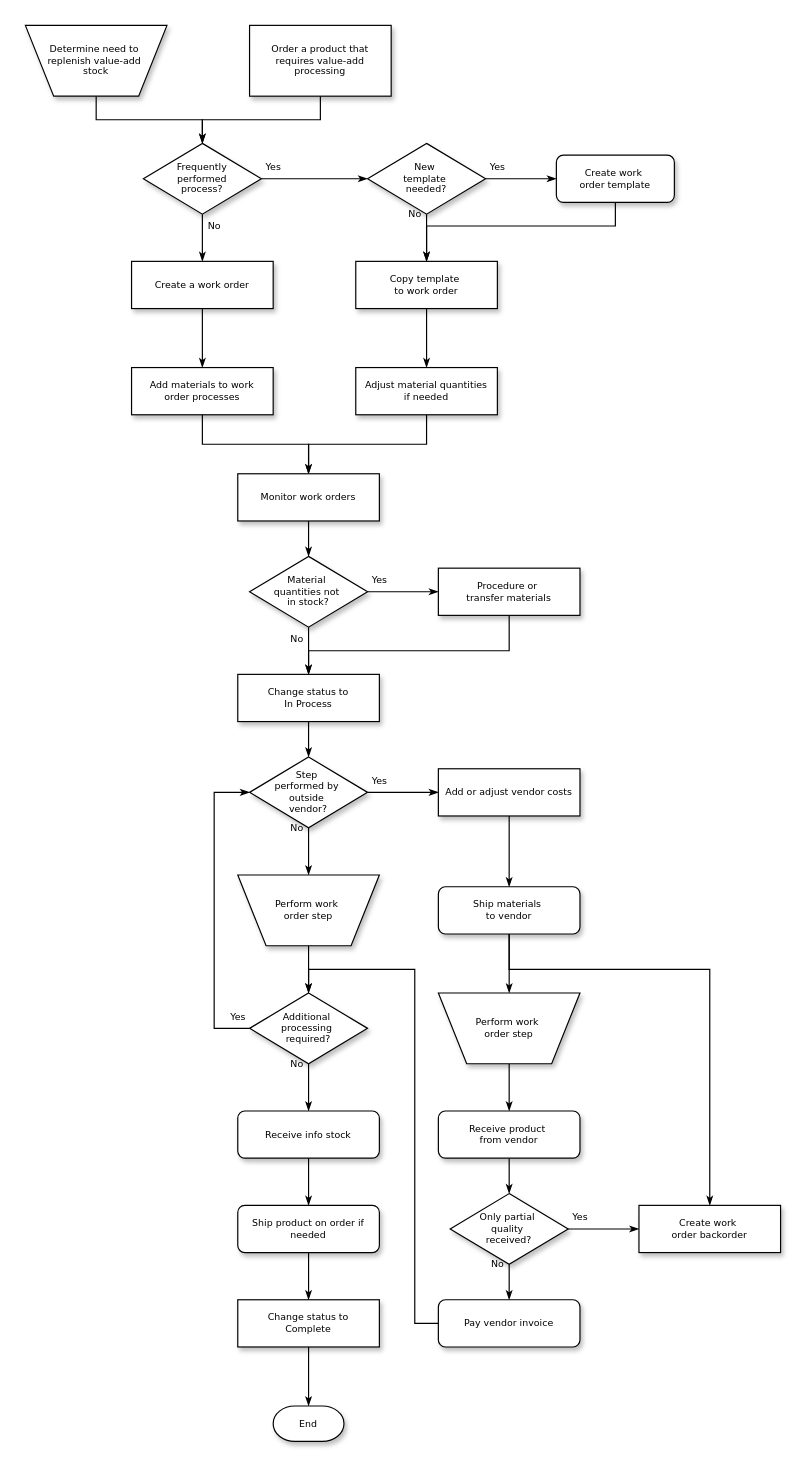
bestreduce/CSP_Thander keeps this draw.io diagram as RESOURCE/Untitled Diagram.drawio. Above is the earlier version. Source tidied: cells renumbered, new cells numbered last; positions are measured from the earlier drawing's top-left corner, leaving out a move shared by most shapes. Both pictures are drawn from the tidied source at 118%, with x=0, y=0 at pixel (25, 25).
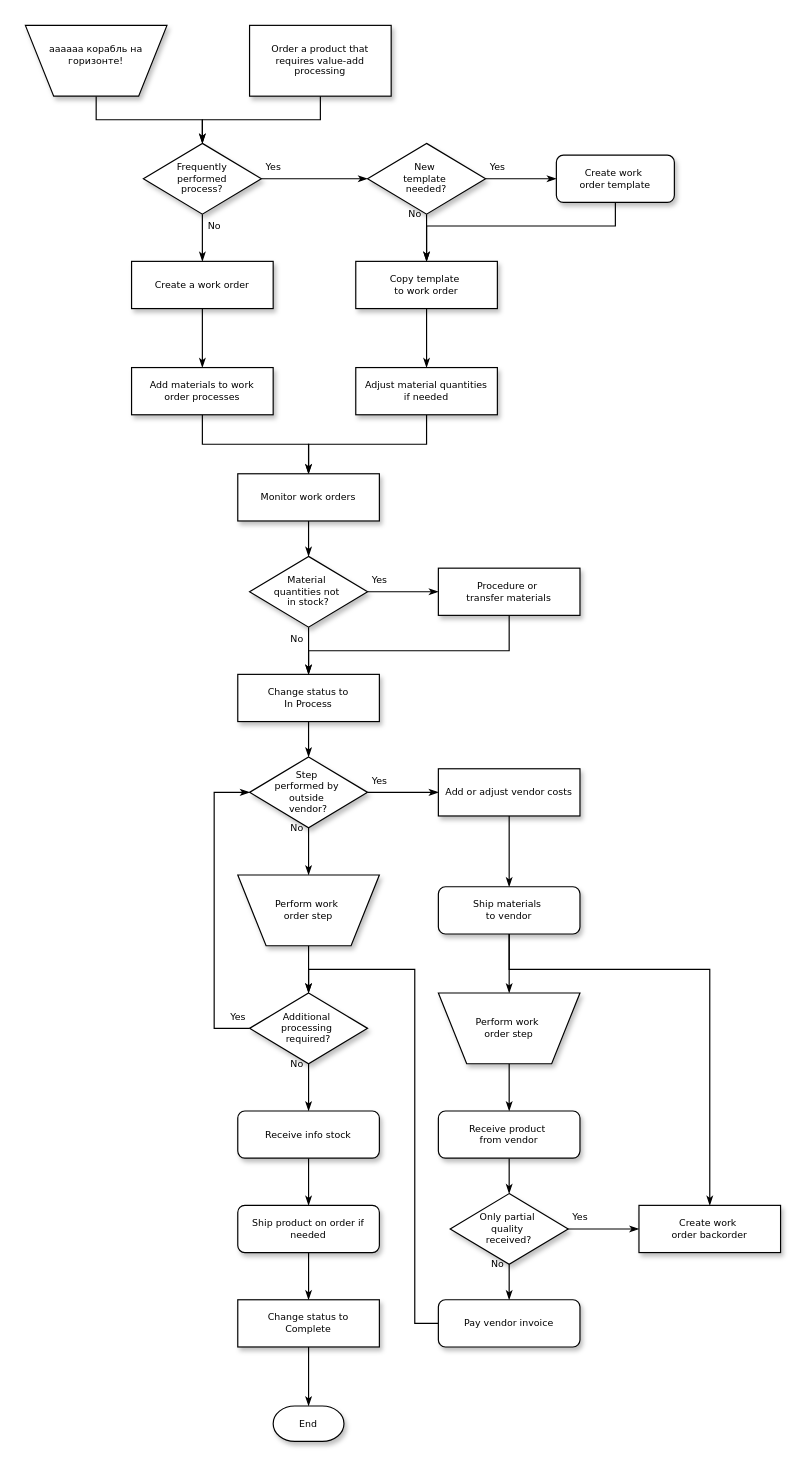
Above is the later version.

What changed in the source:
```diff
@@
-    <mxCell id="3" value="Determine need to&amp;nbsp;&lt;div&gt;replenish value-add&amp;nbsp;&lt;/div&gt;&lt;div&gt;stock&lt;/div&gt;" style="shape=trapezoid;whiteSpace=wrap;html=1;rounded=0;shadow=1;labelBackgroundColor=none;strokeWidth=1;fontFamily=Verdana;fontSize=8;align=center;flipV=1;" parent="1" vertex="1">
+    <mxCell id="3" value="&lt;div&gt;аааааа корабль на горизонте!&lt;/div&gt;&lt;div&gt;&lt;br&gt;&lt;/div&gt;" style="shape=trapezoid;whiteSpace=wrap;html=1;rounded=0;shadow=1;labelBackgroundColor=none;strokeWidth=1;fontFamily=Verdana;fontSize=8;align=center;flipV=1;" parent="1" vertex="1">
       <mxGeometry width="120" height="60" as="geometry" />
     </mxCell>
```
